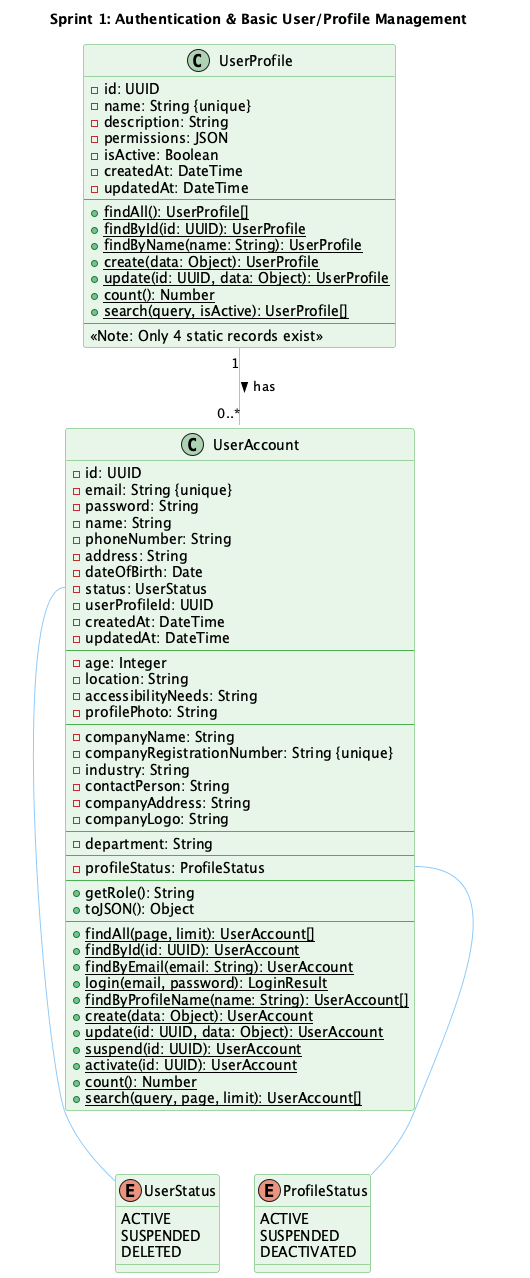
MatthewGohyy/CSR-Volunteer-Matching-System keeps this PlantUML diagram as diagrams/sprint1/Sprint1_Class_Diagram.png. Above is the earlier version.
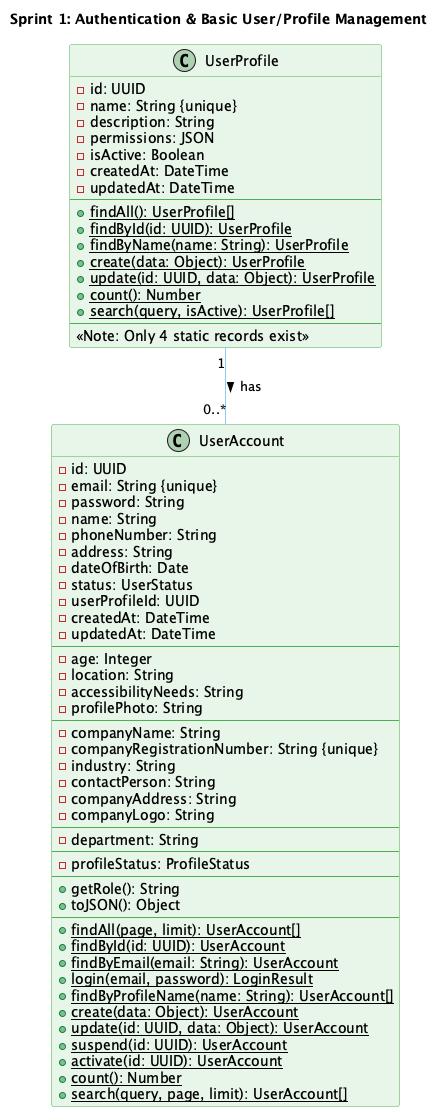
After the commit.

Commit message:
Regenerate class diagram PNGs after enum removal

The edit, as a diff of the source:
```diff
@@ -1,7 +1,6 @@
 @startuml Sprint1_Class_Diagram
 
 !define ENTITY_COLOR #E8F5E9
-!define ENUM_COLOR #FFF9C4
 !define RELATION_COLOR #90CAF9
 
 skinparam class {
@@ -10,25 +9,11 @@
     ArrowColor RELATION_COLOR
 }
 
-skinparam enum {
-    BackgroundColor ENUM_COLOR
-    BorderColor #FBC02D
-}
 
 title Sprint 1: Authentication & Basic User/Profile Management
 
 
-enum UserStatus {
-    ACTIVE
-    SUSPENDED
-    DELETED
-}
 
-enum ProfileStatus {
-    ACTIVE
-    SUSPENDED
-    DEACTIVATED
-}
 
 
 class UserAccount {
@@ -100,7 +85,5 @@
 
 UserProfile "1" -- "0..*" UserAccount : has >
 
-UserAccount::status -- UserStatus
-UserAccount::profileStatus -- ProfileStatus
 
 @enduml
```
